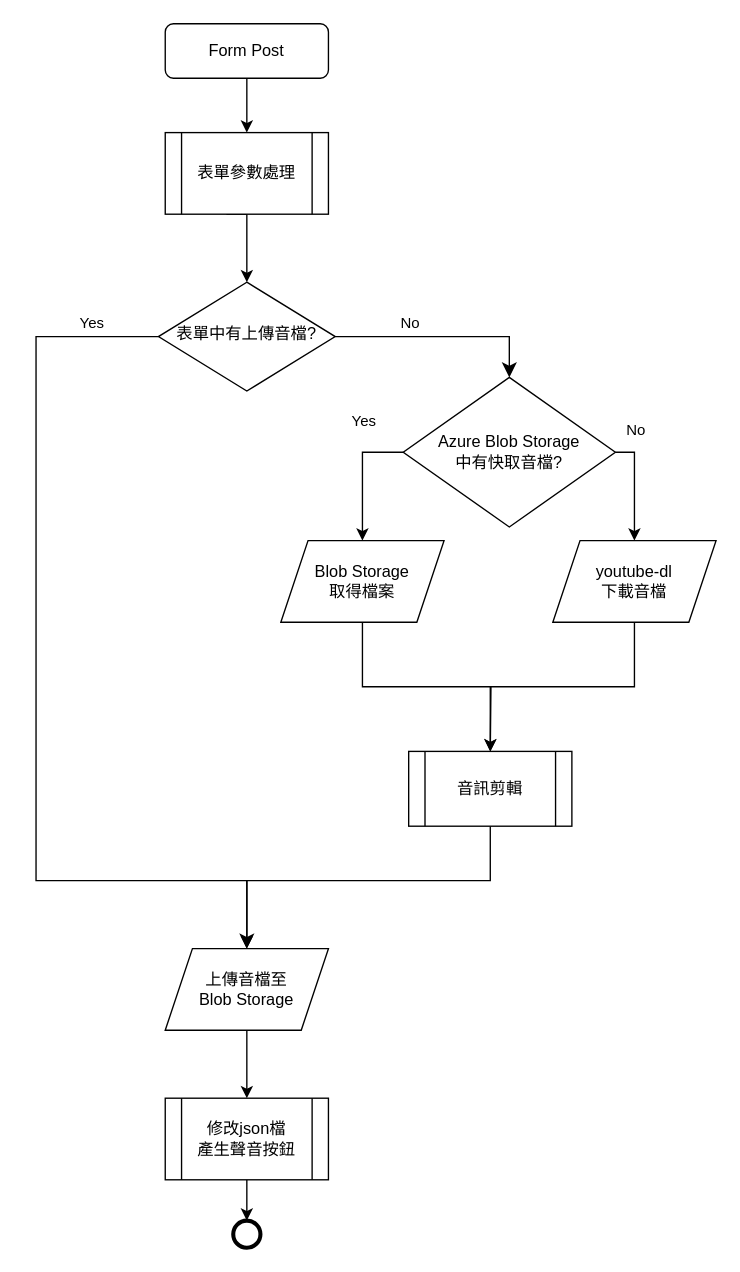
This is sound-buttons_upload-backend.drawio from sound-buttons/sound-buttons_upload-backend, a draw.io file, before an edit. Source tidied: cells renumbered, new cells numbered last; positions are measured from the earlier drawing's top-left corner, leaving out a move shared by most shapes. Both pictures are drawn from the tidied source at 136%, with x=0, y=0 at pixel (35, 23).
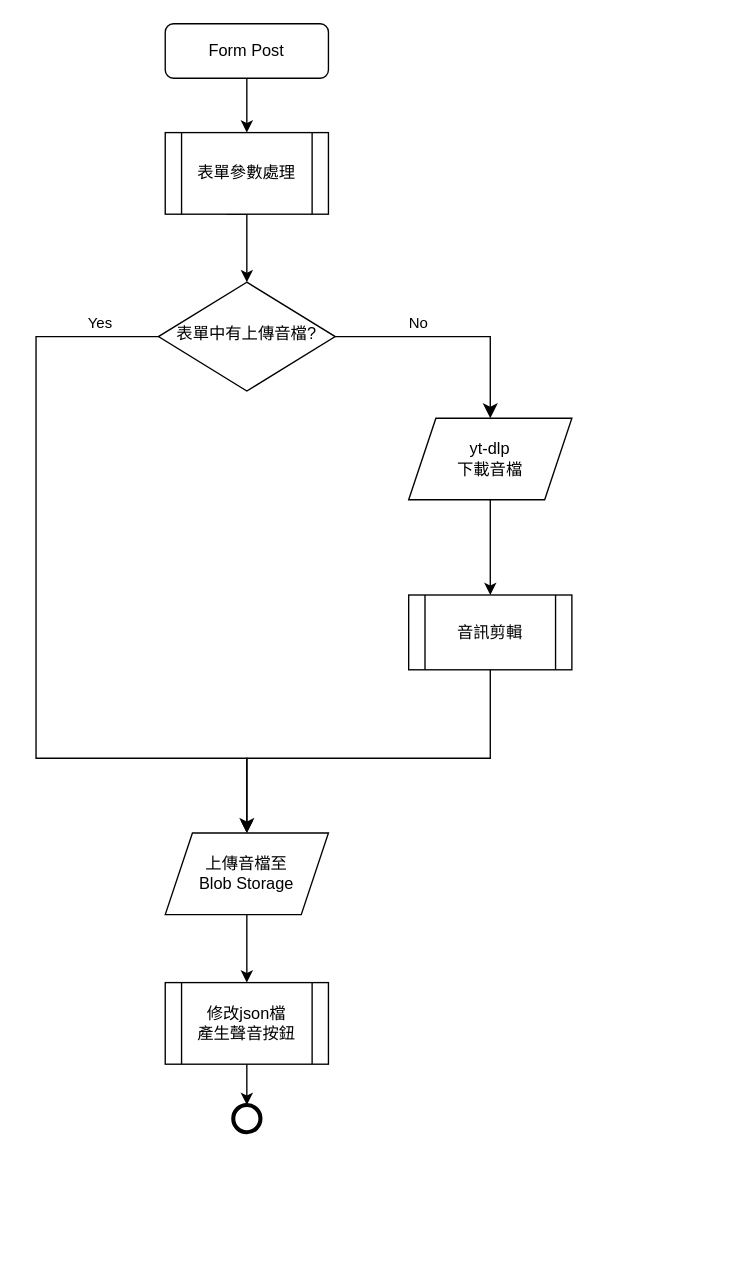
Above is the later version.

Commit message:
Update flow chart

The change refers to these unchanged cells:
```xml
<mxCell id="6" value="表單中有上傳音檔?" style="rhombus;whiteSpace=wrap;html=1;shadow=0;fontFamily=Helvetica;fontSize=12;align=center;strokeWidth=1;spacing=6;spacingTop=-4;" parent="1" vertex="1">
  <mxGeometry x="90" y="190" width="130" height="80" as="geometry" />
</mxCell>
```

The edit, as a diff of the source:
```diff
@@
     <mxCell id="4" value="Yes" style="rounded=0;html=1;jettySize=auto;fontSize=11;endArrow=classic;endFill=1;endSize=8;strokeWidth=1;shadow=0;labelBackgroundColor=none;edgeStyle=orthogonalEdgeStyle;entryX=0.5;entryY=0;entryDx=0;entryDy=0;" parent="1" edge="1" source="6" target="21">
       <mxGeometry x="-0.86" y="-10" relative="1" as="geometry">
         <Array as="points">
           <mxPoint y="230" />
-          <mxPoint y="630" />
-          <mxPoint x="155" y="630" />
+          <mxPoint y="540" />
+          <mxPoint x="155" y="540" />
         </Array>
       </mxGeometry>
     </mxCell>
-    <mxCell id="5" value="No" style="edgeStyle=orthogonalEdgeStyle;rounded=0;html=1;jettySize=auto;fontSize=11;endArrow=classic;endFill=1;endSize=8;strokeWidth=1;shadow=0;labelBackgroundColor=none;entryX=0.5;entryY=0;entryDx=0;entryDy=0;" parent="1" edge="1" source="6" target="12">
+    <mxCell id="5" value="No" style="edgeStyle=orthogonalEdgeStyle;rounded=0;html=1;jettySize=auto;fontSize=11;endArrow=classic;endFill=1;endSize=8;strokeWidth=1;shadow=0;labelBackgroundColor=none;entryX=0.5;entryY=0;entryDx=0;entryDy=0;" parent="1" edge="1" source="6" target="16">
       <mxGeometry x="-0.3" y="10" relative="1" as="geometry" />
     </mxCell>
@@
-    <mxCell id="8" style="edgeStyle=orthogonalEdgeStyle;rounded=0;jettySize=auto;html=1;entryX=0.5;entryY=0;entryDx=0;entryDy=0;" parent="1" edge="1" source="12" target="14">
-      <mxGeometry relative="1" as="geometry">
-        <Array as="points">
-          <mxPoint x="240" y="315" />
-        </Array>
-      </mxGeometry>
-    </mxCell>
-    <mxCell id="9" value="Yes" style="edgeLabel;html=1;align=center;verticalAlign=middle;labelBackgroundColor=none;" parent="8" vertex="1">
-      <mxGeometry x="-0.31" y="1" relative="1" as="geometry">
-        <mxPoint x="-1" y="-27" as="offset" />
-      </mxGeometry>
-    </mxCell>
-    <mxCell id="10" style="edgeStyle=orthogonalEdgeStyle;rounded=0;jettySize=auto;html=1;" parent="1" edge="1" source="12" target="16">
-      <mxGeometry relative="1" as="geometry">
-        <Array as="points">
-          <mxPoint x="440" y="315" />
-        </Array>
-      </mxGeometry>
-    </mxCell>
-    <mxCell id="11" value="No" style="edgeLabel;html=1;align=center;verticalAlign=middle;labelBackgroundColor=none;" parent="10" vertex="1">
-      <mxGeometry relative="1" as="geometry">
-        <mxPoint y="-43" as="offset" />
-      </mxGeometry>
-    </mxCell>
-    <mxCell id="12" value="&lt;div&gt;Azure Blob Storage&lt;/div&gt;&lt;div&gt;中有快取音檔?&lt;/div&gt;" style="rhombus;whiteSpace=wrap;html=1;" parent="1" vertex="1">
-      <mxGeometry x="270" y="260" width="156" height="110" as="geometry" />
-    </mxCell>
-    <mxCell id="13" style="edgeStyle=orthogonalEdgeStyle;rounded=0;jettySize=auto;html=1;exitX=0.5;exitY=1;exitDx=0;exitDy=0;" parent="1" edge="1" source="14">
-      <mxGeometry relative="1" as="geometry">
-        <mxPoint x="334" y="535" as="targetPoint" />
-      </mxGeometry>
-    </mxCell>
-    <mxCell id="14" value="&lt;div&gt;Blob Storage&lt;/div&gt;&lt;div&gt;取得檔案&lt;/div&gt;" style="shape=parallelogram;perimeter=parallelogramPerimeter;whiteSpace=wrap;html=1;fixedSize=1;" parent="1" vertex="1">
-      <mxGeometry x="180" y="380" width="120" height="60" as="geometry" />
-    </mxCell>
@@
-    <mxCell id="16" value="&lt;div&gt;youtube-dl&lt;/div&gt;&lt;div&gt;下載音檔&lt;/div&gt;" style="shape=parallelogram;perimeter=parallelogramPerimeter;whiteSpace=wrap;html=1;fixedSize=1;" parent="1" vertex="1">
-      <mxGeometry x="380" y="380" width="120" height="60" as="geometry" />
+    <mxCell id="16" value="&lt;div&gt;yt-dlp&lt;/div&gt;&lt;div&gt;下載音檔&lt;/div&gt;" style="shape=parallelogram;perimeter=parallelogramPerimeter;whiteSpace=wrap;html=1;fixedSize=1;" parent="1" vertex="1">
+      <mxGeometry x="274" y="290" width="120" height="60" as="geometry" />
     </mxCell>
     <mxCell id="17" style="edgeStyle=orthogonalEdgeStyle;rounded=0;jettySize=auto;html=1;exitX=0.5;exitY=1;exitDx=0;exitDy=0;entryX=0.5;entryY=0;entryDx=0;entryDy=0;" parent="1" edge="1" source="18" target="21">
       <mxGeometry relative="1" as="geometry">
         <Array as="points">
-          <mxPoint x="334" y="630" />
-          <mxPoint x="155" y="630" />
+          <mxPoint x="334" y="540" />
+          <mxPoint x="155" y="540" />
         </Array>
       </mxGeometry>
     </mxCell>
     <mxCell id="18" value="音訊剪輯" style="shape=process;whiteSpace=wrap;html=1;backgroundOutline=1;" parent="1" vertex="1">
-      <mxGeometry x="274" y="535" width="120" height="55" as="geometry" />
+      <mxGeometry x="274" y="420" width="120" height="55" as="geometry" />
     </mxCell>
@@
     <mxCell id="21" value="&lt;div&gt;上傳音檔至&lt;/div&gt;&lt;div&gt;Blob Storage&lt;/div&gt;" style="shape=parallelogram;perimeter=parallelogramPerimeter;whiteSpace=wrap;html=1;fixedSize=1;" parent="1" vertex="1">
-      <mxGeometry x="95" y="680" width="120" height="60" as="geometry" />
+      <mxGeometry x="95" y="595" width="120" height="60" as="geometry" />
     </mxCell>
@@
     <mxCell id="23" value="&lt;div&gt;修改json檔&lt;/div&gt;&lt;div&gt;產生聲音按鈕&lt;br&gt;&lt;/div&gt;" style="shape=process;whiteSpace=wrap;html=1;backgroundOutline=1;" parent="1" vertex="1">
-      <mxGeometry x="95" y="790" width="120" height="60" as="geometry" />
+      <mxGeometry x="95" y="705" width="120" height="60" as="geometry" />
     </mxCell>
     <mxCell id="24" style="points=[[0.145,0.145,0],[0.5,0,0],[0.855,0.145,0],[1,0.5,0],[0.855,0.855,0],[0.5,1,0],[0.145,0.855,0],[0,0.5,0]];shape=mxgraph.bpmn.event;html=1;verticalLabelPosition=bottom;labelBackgroundColor=#ffffff;verticalAlign=top;align=center;perimeter=ellipsePerimeter;outlineConnect=0;outline=end;symbol=terminate2;" parent="1" vertex="1">
-      <mxGeometry x="145" y="880" width="20" height="20" as="geometry" />
+      <mxGeometry x="145" y="795" width="20" height="20" as="geometry" />
     </mxCell>
```
